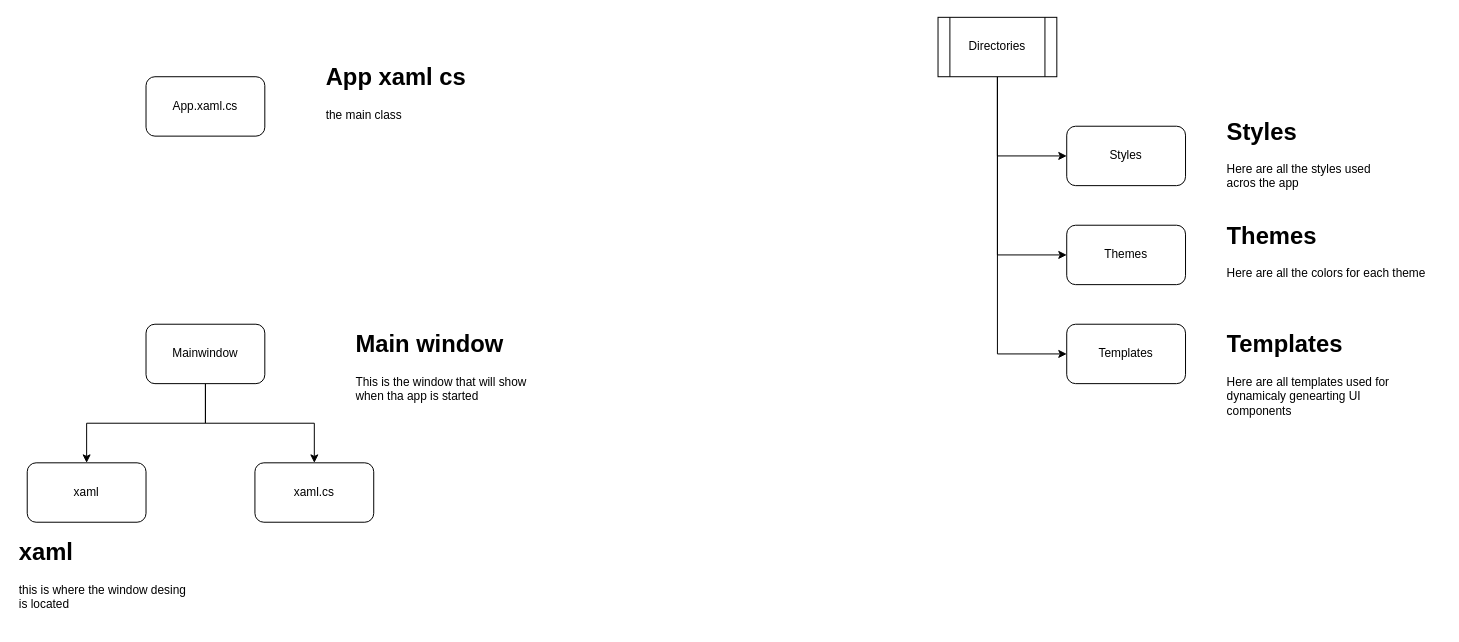
Before: page "Main" (1 of 4) of Diagrams/WPF.drawio in WeeeBuch/KubeCrafter, a draw.io diagram. Source tidied: cells renumbered, new cells numbered last; positions are measured from the earlier drawing's top-left corner, leaving out a move shared by most shapes. Both pictures are drawn from the tidied source at 99%, with x=0, y=0 at pixel (17, 17).
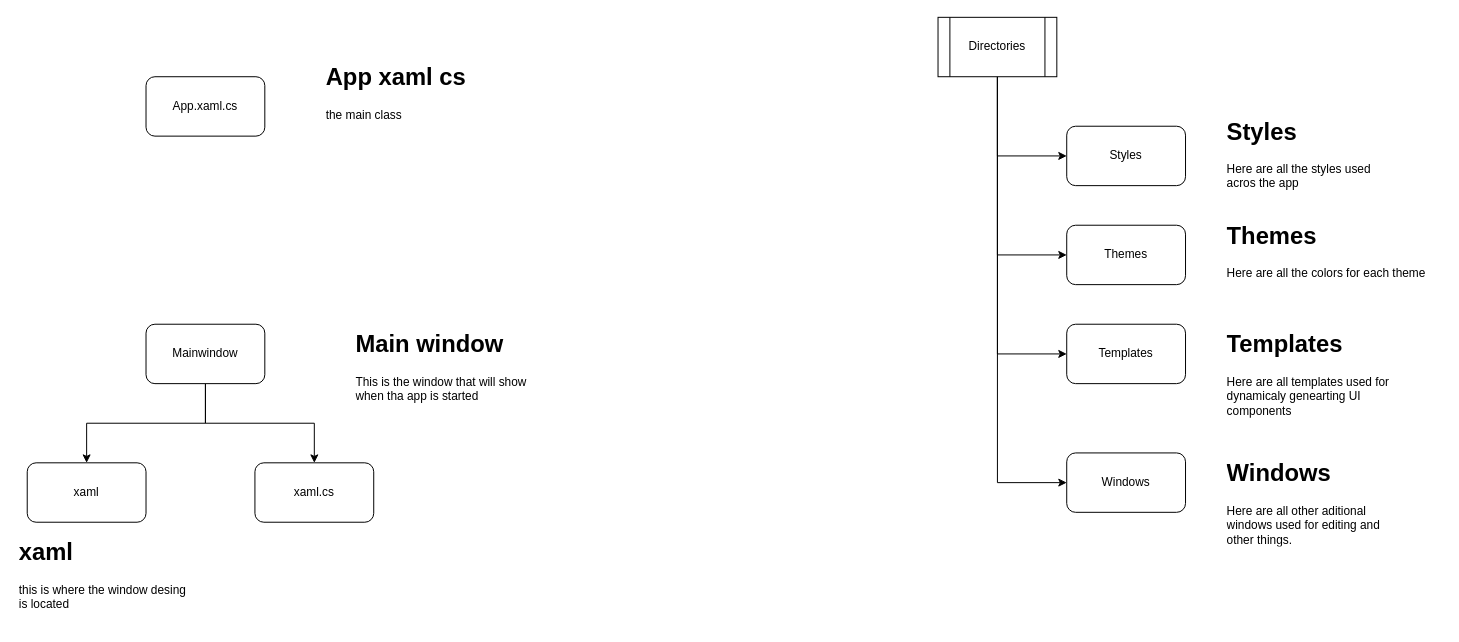
The same diagram, later.

The change refers to these unchanged cells:
```xml
<mxCell id="5" value="Directories" style="shape=process;whiteSpace=wrap;html=1;backgroundOutline=1;" parent="1" vertex="1">
  <mxGeometry x="930" width="120" height="60" as="geometry" />
</mxCell>
```

What changed in the source:
```diff
@@
+    <mxCell id="21" style="edgeStyle=orthogonalEdgeStyle;rounded=0;jettySize=auto;html=1;" parent="1" edge="1" source="5" target="22">
+      <mxGeometry relative="1" as="geometry">
+        <Array as="points">
+          <mxPoint x="990" y="470" />
+        </Array>
+      </mxGeometry>
+    </mxCell>
@@
+    <mxCell id="22" value="Windows" style="rounded=1;whiteSpace=wrap;html=1;" parent="1" vertex="1">
+      <mxGeometry x="1060" y="440" width="120" height="60" as="geometry" />
+    </mxCell>
+    <mxCell id="23" value="&lt;h1 style=&quot;margin-top: 0px;&quot;&gt;Windows&lt;/h1&gt;&lt;div&gt;Here are all other aditional windows used for editing and other things.&lt;/div&gt;" style="text;html=1;whiteSpace=wrap;overflow=hidden;rounded=0;" parent="1" vertex="1">
+      <mxGeometry x="1220" y="440" width="180" height="120" as="geometry" />
+    </mxCell>
```
